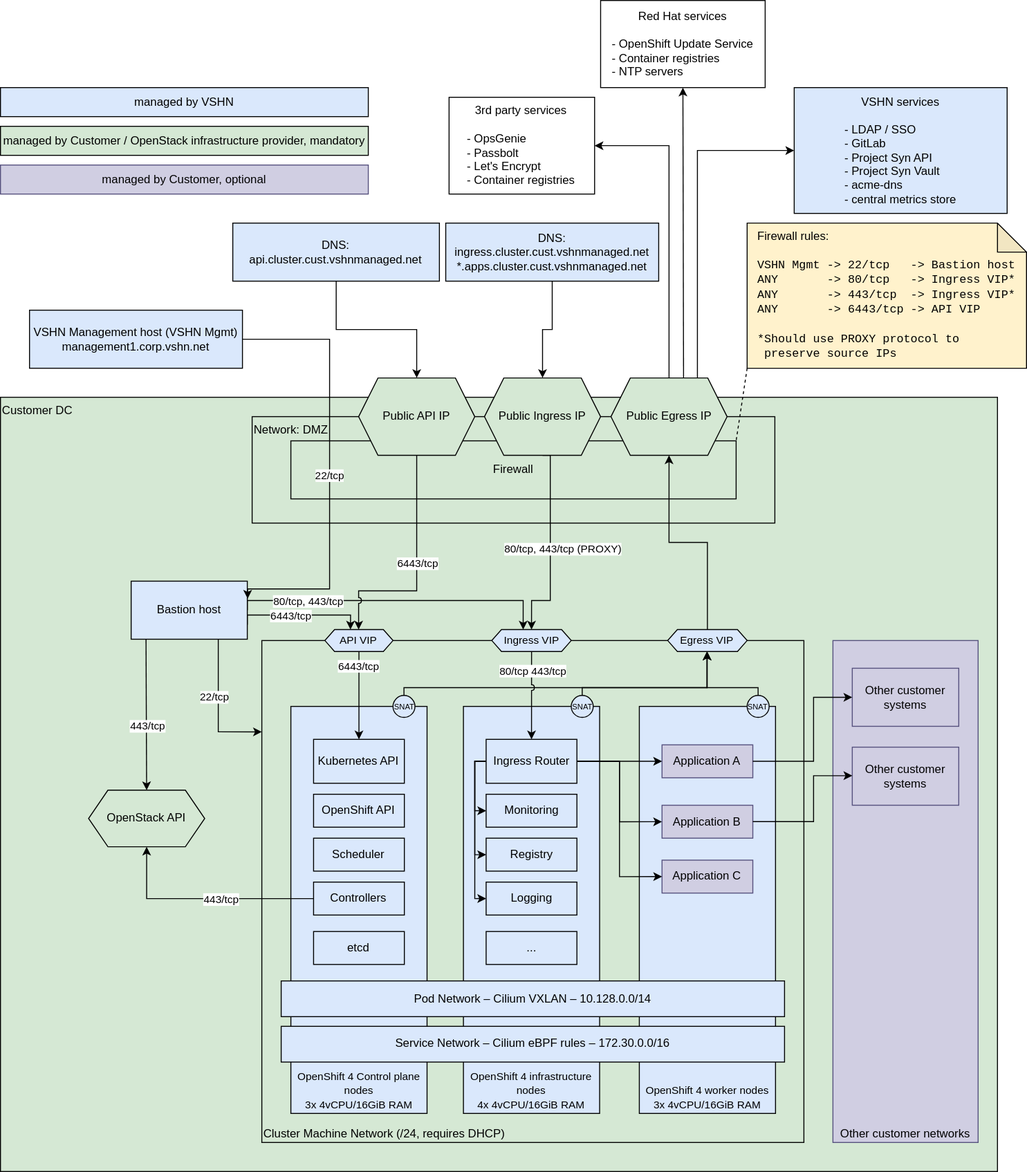
This is docs/modules/ROOT/assets/images/ocp4-architecture-openstack.svg from appuio/openshift4-docs, a draw.io export, as it was before one commit. Source tidied: cells renumbered, new cells last; positions are measured from the earlier drawing's top-left corner, leaving out a move shared by most shapes.
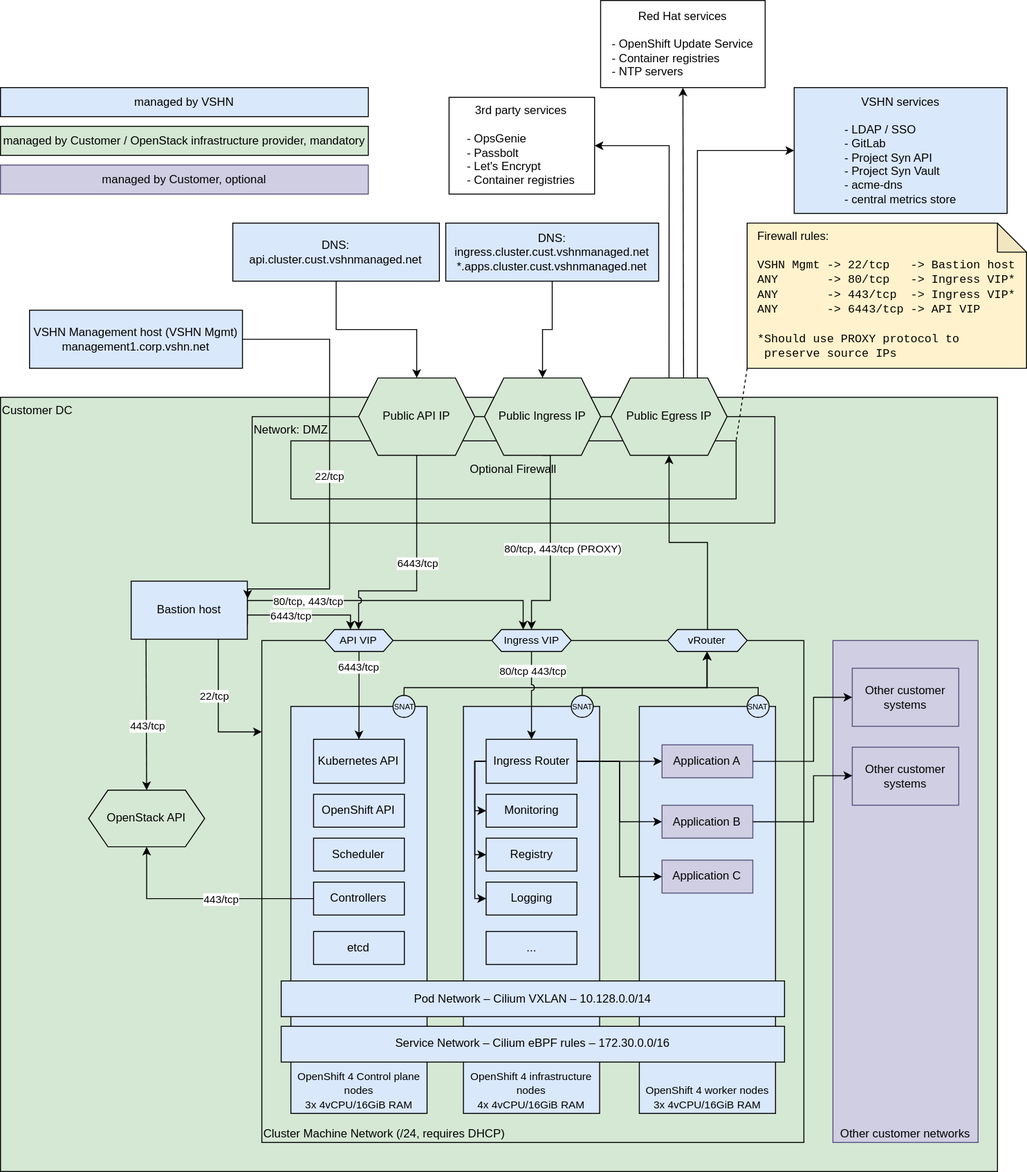
After the commit.

Commit message:
Update network diagram

What changed in the source:
```diff
@@ -128,7 +128,7 @@
     <mxCell id="34" value="Ingress VIP" style="shape=hexagon;perimeter=hexagonPerimeter2;whiteSpace=wrap;html=1;fixedSize=1;fontSize=11;size=10;fillColor=#dae8fc;" parent="1" vertex="1">
       <mxGeometry x="507.6" y="650" width="82.1" height="22.7" as="geometry" />
     </mxCell>
-    <mxCell id="35" value="Egress VIP" style="shape=hexagon;perimeter=hexagonPerimeter2;whiteSpace=wrap;html=1;fixedSize=1;fontSize=11;size=10;fillColor=#dae8fc;" parent="1" vertex="1">
+    <mxCell id="35" value="vRouter" style="shape=hexagon;perimeter=hexagonPerimeter2;whiteSpace=wrap;html=1;fixedSize=1;fontSize=11;size=10;fillColor=#dae8fc;" parent="1" vertex="1">
       <mxGeometry x="689.3" y="650" width="82.1" height="22.7" as="geometry" />
     </mxCell>
     <mxCell id="36" style="edgeStyle=orthogonalEdgeStyle;rounded=0;jettySize=auto;html=1;fontSize=11;fontColor=#000000;exitX=0.5;exitY=0;exitDx=0;exitDy=0;entryX=0.5;entryY=1;entryDx=0;entryDy=0;startArrow=none;" parent="1" edge="1" source="38" target="35">
@@ -210,7 +210,7 @@
     <mxCell id="52" value="&lt;div&gt;Network: DMZ&lt;br&gt;&lt;/div&gt;" style="rounded=0;whiteSpace=wrap;html=1;fillColor=#d5e8d4;align=left;verticalAlign=top;" parent="1" vertex="1">
       <mxGeometry x="260" y="430" width="540" height="110" as="geometry" />
     </mxCell>
-    <mxCell id="53" value="Firewall" style="rounded=0;whiteSpace=wrap;html=1;fillColor=#d5e8d4;align=center;" parent="1" vertex="1">
+    <mxCell id="53" value="Optional Firewall" style="rounded=0;whiteSpace=wrap;html=1;fillColor=#d5e8d4;align=center;" parent="1" vertex="1">
       <mxGeometry x="300" y="455" width="460" height="60" as="geometry" />
     </mxCell>
     <mxCell id="54" style="edgeStyle=orthogonalEdgeStyle;rounded=0;jettySize=auto;html=1;endArrow=classic;endFill=1;exitX=0.5;exitY=1;exitDx=0;exitDy=0;jumpStyle=arc;" parent="1" edge="1" source="56" target="31">
@@ -342,5 +342,8 @@
     <mxCell id="84" value="managed by Customer, optional" style="rounded=0;whiteSpace=wrap;html=1;align=center;fillColor=#d0cee2;strokeColor=#56517e;" parent="1" vertex="1">
       <mxGeometry y="170" width="380" height="30" as="geometry" />
     </mxCell>
+    <mxCell id="85" style="edgeStyle=none;curved=1;rounded=0;orthogonalLoop=1;jettySize=auto;html=1;exitX=0.5;exitY=1;exitDx=0;exitDy=0;fontSize=12;startSize=8;endSize=8;" parent="1" edge="1" source="35" target="35">
+      <mxGeometry relative="1" as="geometry" />
+    </mxCell>
   </root>
 </mxGraphModel>
```
